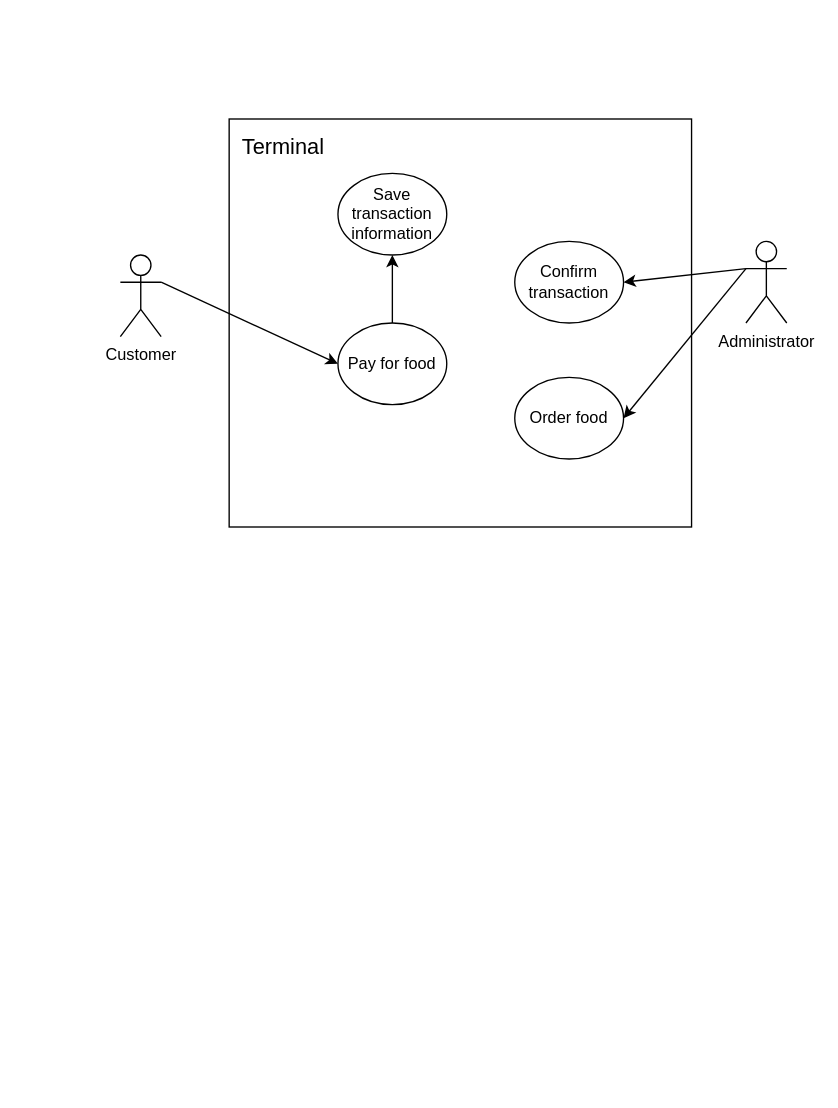
Above: Untitled Diagram.drawio in xdtn7/os_systemcall (draw.io), before the change. Source tidied: cells renumbered, new cells numbered last; positions are measured from the earlier drawing's top-left corner, leaving out a move shared by most shapes. Both pictures are drawn from the tidied source at 136%, with x=0, y=0 at pixel (120, 118).
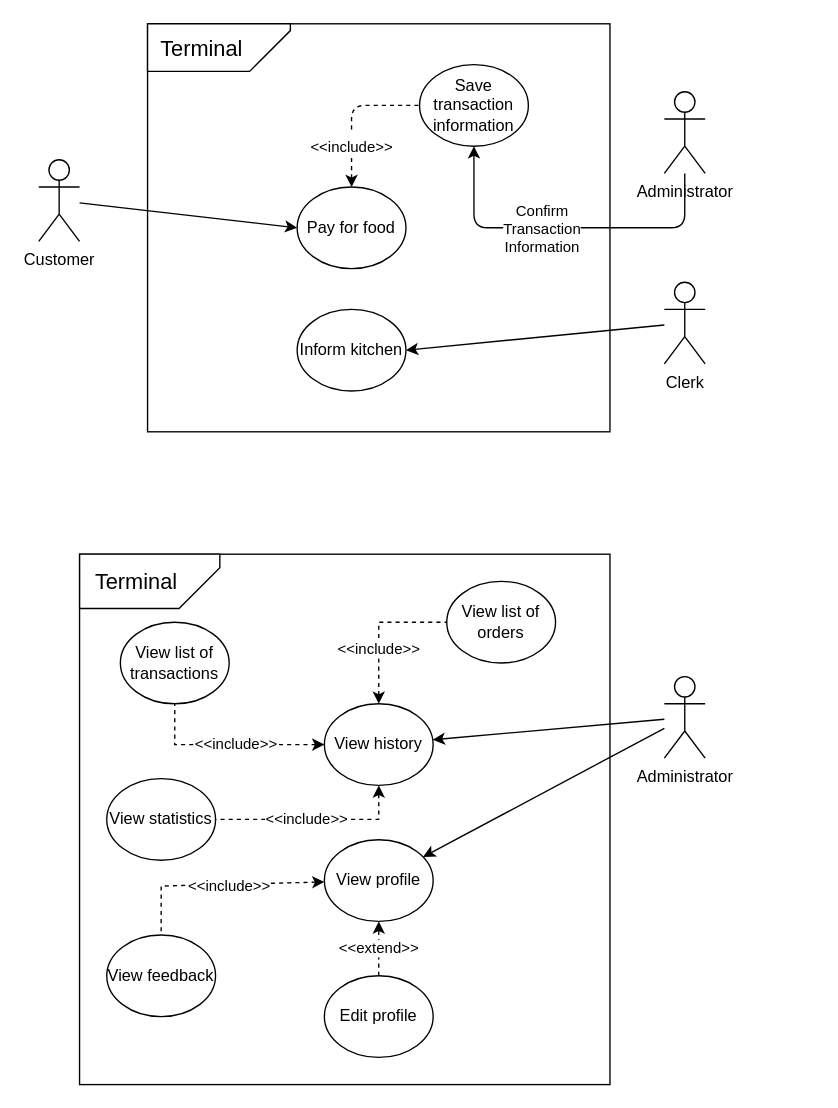
The same page after the edit.

What changed in the source:
```diff
@@
     <mxCell id="2" style="rounded=0;whiteSpace=wrap;html=1;" parent="1" vertex="1">
-      <mxGeometry x="80" width="340" height="300" as="geometry" />
+      <mxGeometry x="20" y="-70" width="340" height="300" as="geometry" />
     </mxCell>
-    <mxCell id="3" style="rounded=1;jettySize=auto;html=1;exitX=1;exitY=0.3333333333333333;exitDx=0;exitDy=0;exitPerimeter=0;entryX=0;entryY=0.5;entryDx=0;entryDy=0;" parent="1" edge="1" source="4" target="6">
+    <mxCell id="3" style="rounded=1;jettySize=auto;html=1;entryX=0;entryY=0.5;entryDx=0;entryDy=0;" parent="1" edge="1" source="4" target="6">
       <mxGeometry relative="1" as="geometry" />
     </mxCell>
     <mxCell id="4" value="Customer" style="shape=umlActor;verticalLabelPosition=bottom;verticalAlign=top;html=1;outlineConnect=0;" parent="1" vertex="1">
-      <mxGeometry y="100" width="30" height="60" as="geometry" />
+      <mxGeometry x="-60" y="30" width="30" height="60" as="geometry" />
     </mxCell>
-    <mxCell id="5" style="edgeStyle=none;rounded=1;jettySize=auto;html=1;exitX=0.5;exitY=0;exitDx=0;exitDy=0;entryX=0.5;entryY=1;entryDx=0;entryDy=0;fontSize=16;" parent="1" edge="1" source="6" target="12">
-      <mxGeometry relative="1" as="geometry" />
+    <mxCell id="5" value="&lt;font style=&quot;font-size: 11px&quot;&gt;&amp;lt;&amp;lt;include&amp;gt;&amp;gt;&lt;/font&gt;" style="edgeStyle=orthogonalEdgeStyle;rounded=1;jettySize=auto;html=1;exitX=0.5;exitY=0;exitDx=0;exitDy=0;entryX=0;entryY=0.5;entryDx=0;entryDy=0;fontSize=16;dashed=1;startArrow=classic;startFill=1;endArrow=none;endFill=0;" parent="1" edge="1" source="6" target="12">
+      <mxGeometry x="-0.43" relative="1" as="geometry" />
     </mxCell>
     <mxCell id="6" value="Pay for food" style="ellipse;whiteSpace=wrap;html=1;" parent="1" vertex="1">
-      <mxGeometry x="160" y="150" width="80" height="60" as="geometry" />
+      <mxGeometry x="130" y="50" width="80" height="60" as="geometry" />
     </mxCell>
-    <mxCell id="7" style="rounded=1;jettySize=auto;html=1;exitX=0;exitY=0.3333333333333333;exitDx=0;exitDy=0;exitPerimeter=0;entryX=1;entryY=0.5;entryDx=0;entryDy=0;" parent="1" edge="1" source="9" target="10">
-      <mxGeometry relative="1" as="geometry" />
+    <mxCell id="7" style="rounded=1;jettySize=auto;html=1;entryX=0.5;entryY=1;entryDx=0;entryDy=0;edgeStyle=elbowEdgeStyle;" parent="1" edge="1" source="9" target="12">
+      <mxGeometry relative="1" as="geometry">
+        <Array as="points">
+          <mxPoint x="340" y="80" />
+        </Array>
+      </mxGeometry>
     </mxCell>
+    <mxCell id="15" value="Confirm&lt;br&gt;Transaction&lt;br&gt;Information" style="edgeLabel;html=1;align=center;verticalAlign=middle;" parent="7" vertex="1">
+      <mxGeometry x="0.3" y="-1" relative="1" as="geometry">
+        <mxPoint x="20" y="1" as="offset" />
+      </mxGeometry>
+    </mxCell>
-    <mxCell id="8" style="edgeStyle=none;rounded=1;jettySize=auto;html=1;exitX=0;exitY=0.3333333333333333;exitDx=0;exitDy=0;exitPerimeter=0;entryX=1;entryY=0.5;entryDx=0;entryDy=0;fontSize=16;" parent="1" edge="1" source="9" target="14">
+    <mxCell id="8" style="edgeStyle=none;rounded=1;jettySize=auto;html=1;entryX=1;entryY=0.5;entryDx=0;entryDy=0;fontSize=16;" parent="1" edge="1" source="21" target="14">
       <mxGeometry relative="1" as="geometry" />
     </mxCell>
     <mxCell id="9" value="Administrator" style="shape=umlActor;verticalLabelPosition=bottom;verticalAlign=top;html=1;outlineConnect=0;" parent="1" vertex="1">
-      <mxGeometry x="460" y="90" width="30" height="60" as="geometry" />
+      <mxGeometry x="400" y="-20" width="30" height="60" as="geometry" />
     </mxCell>
-    <mxCell id="10" value="Confirm transaction" style="ellipse;whiteSpace=wrap;html=1;" parent="1" vertex="1">
-      <mxGeometry x="290" y="90" width="80" height="60" as="geometry" />
-    </mxCell>
-    <mxCell id="11" value="Terminal" style="text;html=1;strokeColor=none;fillColor=none;align=center;verticalAlign=middle;whiteSpace=wrap;rounded=0;fontSize=16;" parent="1" vertex="1">
-      <mxGeometry x="90" y="10" width="60" height="20" as="geometry" />
-    </mxCell>
     <mxCell id="12" value="Save transaction information" style="ellipse;whiteSpace=wrap;html=1;" parent="1" vertex="1">
-      <mxGeometry x="160" y="40" width="80" height="60" as="geometry" />
+      <mxGeometry x="220" y="-40" width="80" height="60" as="geometry" />
     </mxCell>
@@
-    <mxCell id="14" value="Order food" style="ellipse;whiteSpace=wrap;html=1;" parent="1" vertex="1">
-      <mxGeometry x="290" y="190" width="80" height="60" as="geometry" />
+    <mxCell id="14" value="Inform kitchen" style="ellipse;whiteSpace=wrap;html=1;" parent="1" vertex="1">
+      <mxGeometry x="130" y="140" width="80" height="60" as="geometry" />
     </mxCell>
+    <mxCell id="16" style="rounded=0;whiteSpace=wrap;html=1;" parent="1" vertex="1">
+      <mxGeometry x="-30" y="320" width="390" height="390" as="geometry" />
+    </mxCell>
+    <mxCell id="17" style="edgeStyle=none;rounded=0;jettySize=auto;html=1;" parent="1" edge="1" source="19" target="29">
+      <mxGeometry relative="1" as="geometry" />
+    </mxCell>
+    <mxCell id="18" style="edgeStyle=none;rounded=0;jettySize=auto;html=1;" parent="1" edge="1" source="19" target="31">
+      <mxGeometry relative="1" as="geometry" />
+    </mxCell>
+    <mxCell id="19" value="Administrator" style="shape=umlActor;verticalLabelPosition=bottom;verticalAlign=top;html=1;outlineConnect=0;" parent="1" vertex="1">
+      <mxGeometry x="400" y="410" width="30" height="60" as="geometry" />
+    </mxCell>
+    <mxCell id="20" style="edgeStyle=none;rounded=1;orthogonalLoop=1;jettySize=auto;html=1;exitX=0.5;exitY=1;exitDx=0;exitDy=0;fontSize=16;" parent="1" edge="1">
+      <mxGeometry relative="1" as="geometry">
+        <mxPoint x="140" y="420" as="sourcePoint" />
+        <mxPoint x="140" y="420" as="targetPoint" />
+      </mxGeometry>
+    </mxCell>
+    <mxCell id="21" value="Clerk" style="shape=umlActor;verticalLabelPosition=bottom;verticalAlign=top;html=1;outlineConnect=0;" parent="1" vertex="1">
+      <mxGeometry x="400" y="120" width="30" height="60" as="geometry" />
+    </mxCell>
+    <mxCell id="22" style="shape=card;whiteSpace=wrap;html=1;rotation=-90;flipH=0;flipV=1;" parent="1" vertex="1">
+      <mxGeometry x="55" y="-105" width="35" height="105" as="geometry" />
+    </mxCell>
+    <mxCell id="23" value="Terminal" style="text;html=1;strokeColor=none;fillColor=none;align=center;verticalAlign=middle;whiteSpace=wrap;rounded=0;fontSize=16;" parent="1" vertex="1">
+      <mxGeometry x="30" y="-62.5" width="60" height="20" as="geometry" />
+    </mxCell>
+    <mxCell id="24" value="View list of transactions" style="ellipse;whiteSpace=wrap;html=1;" parent="1" vertex="1">
+      <mxGeometry y="370" width="80" height="60" as="geometry" />
+    </mxCell>
+    <mxCell id="25" value="View list of orders" style="ellipse;whiteSpace=wrap;html=1;" parent="1" vertex="1">
+      <mxGeometry x="240" y="340" width="80" height="60" as="geometry" />
+    </mxCell>
+    <mxCell id="26" value="View statistics" style="ellipse;whiteSpace=wrap;html=1;" parent="1" vertex="1">
+      <mxGeometry x="-10" y="485" width="80" height="60" as="geometry" />
+    </mxCell>
+    <mxCell id="27" value="&amp;lt;&amp;lt;include&amp;gt;&amp;gt;" style="edgeStyle=none;rounded=0;jettySize=auto;html=1;exitX=0;exitY=0.5;exitDx=0;exitDy=0;dashed=1;endArrow=none;endFill=0;startArrow=classic;startFill=1;" parent="1" edge="1" source="29" target="24">
+      <mxGeometry x="-0.07" relative="1" as="geometry">
+        <Array as="points">
+          <mxPoint x="40" y="460" />
+        </Array>
+      </mxGeometry>
+    </mxCell>
+    <mxCell id="28" value="&amp;lt;&amp;lt;include&amp;gt;&amp;gt;" style="edgeStyle=none;rounded=0;jettySize=auto;html=1;exitX=0.5;exitY=1;exitDx=0;exitDy=0;dashed=1;startArrow=classic;startFill=1;endArrow=none;endFill=0;" parent="1" edge="1" source="29" target="26">
+      <mxGeometry x="0.07" relative="1" as="geometry">
+        <Array as="points">
+          <mxPoint x="190" y="515" />
+        </Array>
+      </mxGeometry>
+    </mxCell>
+    <mxCell id="29" value="View history" style="ellipse;whiteSpace=wrap;html=1;" parent="1" vertex="1">
+      <mxGeometry x="150" y="430" width="80" height="60" as="geometry" />
+    </mxCell>
+    <mxCell id="30" value="&amp;lt;&amp;lt;include&amp;gt;&amp;gt;" style="edgeStyle=none;rounded=0;jettySize=auto;html=1;exitX=0.5;exitY=0;exitDx=0;exitDy=0;dashed=1;startArrow=classic;startFill=1;endArrow=none;endFill=0;" parent="1" edge="1" source="29" target="25">
+      <mxGeometry x="-0.28" relative="1" as="geometry">
+        <Array as="points">
+          <mxPoint x="190" y="370" />
+        </Array>
+      </mxGeometry>
+    </mxCell>
+    <mxCell id="31" value="View profile" style="ellipse;whiteSpace=wrap;html=1;" parent="1" vertex="1">
+      <mxGeometry x="150" y="530" width="80" height="60" as="geometry" />
+    </mxCell>
+    <mxCell id="32" value="View feedback" style="ellipse;whiteSpace=wrap;html=1;" parent="1" vertex="1">
+      <mxGeometry x="-10" y="600" width="80" height="60" as="geometry" />
+    </mxCell>
+    <mxCell id="33" value="&amp;lt;&amp;lt;include&amp;gt;&amp;gt;" style="edgeStyle=none;rounded=0;jettySize=auto;html=1;dashed=1;entryX=0.5;entryY=0;entryDx=0;entryDy=0;startArrow=classic;startFill=1;endArrow=none;endFill=0;" parent="1" edge="1" source="31" target="32">
+      <mxGeometry x="-0.1" y="1" relative="1" as="geometry">
+        <Array as="points">
+          <mxPoint x="30" y="564" />
+        </Array>
+      </mxGeometry>
+    </mxCell>
+    <mxCell id="34" value="&amp;lt;&amp;lt;extend&amp;gt;&amp;gt;" style="edgeStyle=none;rounded=0;jettySize=auto;html=1;exitX=0.5;exitY=0;exitDx=0;exitDy=0;entryX=0.5;entryY=1;entryDx=0;entryDy=0;dashed=1;" parent="1" edge="1" source="35" target="31">
+      <mxGeometry relative="1" as="geometry" />
+    </mxCell>
+    <mxCell id="35" value="Edit profile" style="ellipse;whiteSpace=wrap;html=1;" parent="1" vertex="1">
+      <mxGeometry x="150" y="630" width="80" height="60" as="geometry" />
+    </mxCell>
+    <mxCell id="36" style="shape=card;whiteSpace=wrap;html=1;rotation=-90;flipH=0;flipV=1;" parent="1" vertex="1">
+      <mxGeometry x="1.6" y="288.4" width="40" height="103.1" as="geometry" />
+    </mxCell>
+    <mxCell id="37" value="Terminal" style="text;html=1;strokeColor=none;fillColor=none;align=center;verticalAlign=middle;whiteSpace=wrap;rounded=0;fontSize=16;" parent="1" vertex="1">
+      <mxGeometry x="-18.4" y="330" width="60" height="20" as="geometry" />
+    </mxCell>
```
